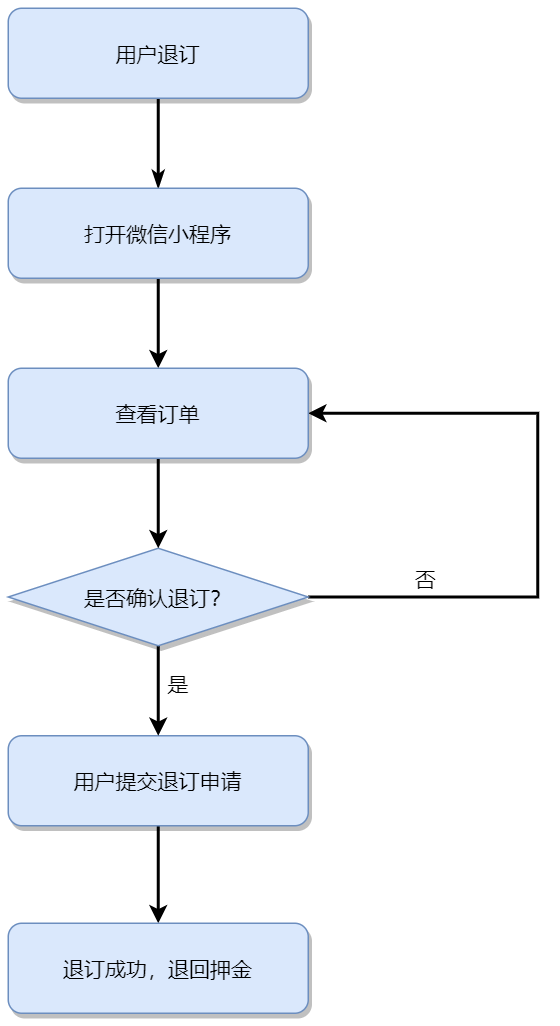
The draw.io diagram docs/src/客户退订.png in AndSonder/smart-hotel-database, before a commit. Source tidied: cells renumbered, new cells last; positions are measured from the earlier drawing's top-left corner, leaving out a move shared by most shapes.
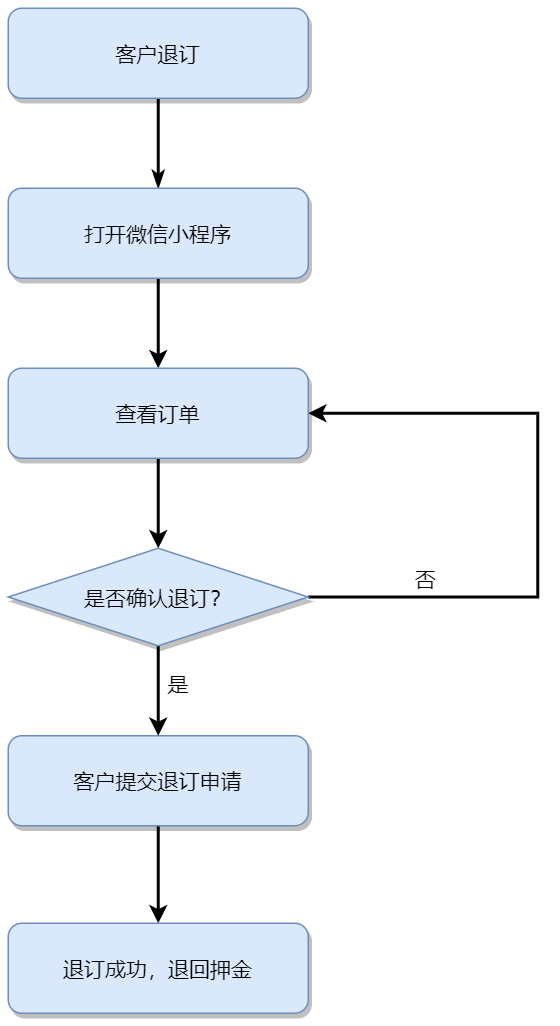
Later version of the same file.

What changed in the source:
```diff
@@ -5,7 +5,7 @@
     <mxCell id="2" style="edgeStyle=none;rounded=0;jettySize=auto;html=1;exitX=0.5;exitY=1;exitDx=0;exitDy=0;startArrow=none;startFill=0;endArrow=classicThin;endFill=1;strokeColor=#000000;strokeWidth=2;" parent="1" edge="1" source="3" target="5">
       <mxGeometry relative="1" as="geometry" />
     </mxCell>
-    <mxCell id="3" value="用户退订" style="rounded=1;fillColor=#dae8fc;strokeColor=#6c8ebf;shadow=1;fontStyle=0;fontSize=14;" parent="1" vertex="1">
+    <mxCell id="3" value="客户退订" style="rounded=1;fillColor=#dae8fc;strokeColor=#6c8ebf;shadow=1;fontStyle=0;fontSize=14;" parent="1" vertex="1">
       <mxGeometry width="200" height="60" as="geometry" />
     </mxCell>
     <mxCell id="4" style="edgeStyle=orthogonalEdgeStyle;rounded=0;jettySize=auto;html=1;exitX=0.5;exitY=1;exitDx=0;exitDy=0;entryX=0.5;entryY=0;entryDx=0;entryDy=0;strokeWidth=2;" parent="1" edge="1" source="5" target="13">
@@ -17,7 +17,7 @@
     <mxCell id="6" style="edgeStyle=orthogonalEdgeStyle;rounded=0;jettySize=auto;html=1;exitX=0.5;exitY=1;exitDx=0;exitDy=0;entryX=0.5;entryY=0;entryDx=0;entryDy=0;strokeWidth=2;" parent="1" edge="1" source="7" target="8">
       <mxGeometry relative="1" as="geometry" />
     </mxCell>
-    <mxCell id="7" value="用户提交退订申请" style="rounded=1;fillColor=#dae8fc;strokeColor=#6c8ebf;shadow=1;fontStyle=0;fontSize=14;" parent="1" vertex="1">
+    <mxCell id="7" value="客户提交退订申请" style="rounded=1;fillColor=#dae8fc;strokeColor=#6c8ebf;shadow=1;fontStyle=0;fontSize=14;" parent="1" vertex="1">
       <mxGeometry y="485" width="200" height="60" as="geometry" />
     </mxCell>
     <mxCell id="8" value="退订成功，退回押金" style="rounded=1;fillColor=#dae8fc;strokeColor=#6c8ebf;shadow=1;fontStyle=0;fontSize=14;" parent="1" vertex="1">
```
